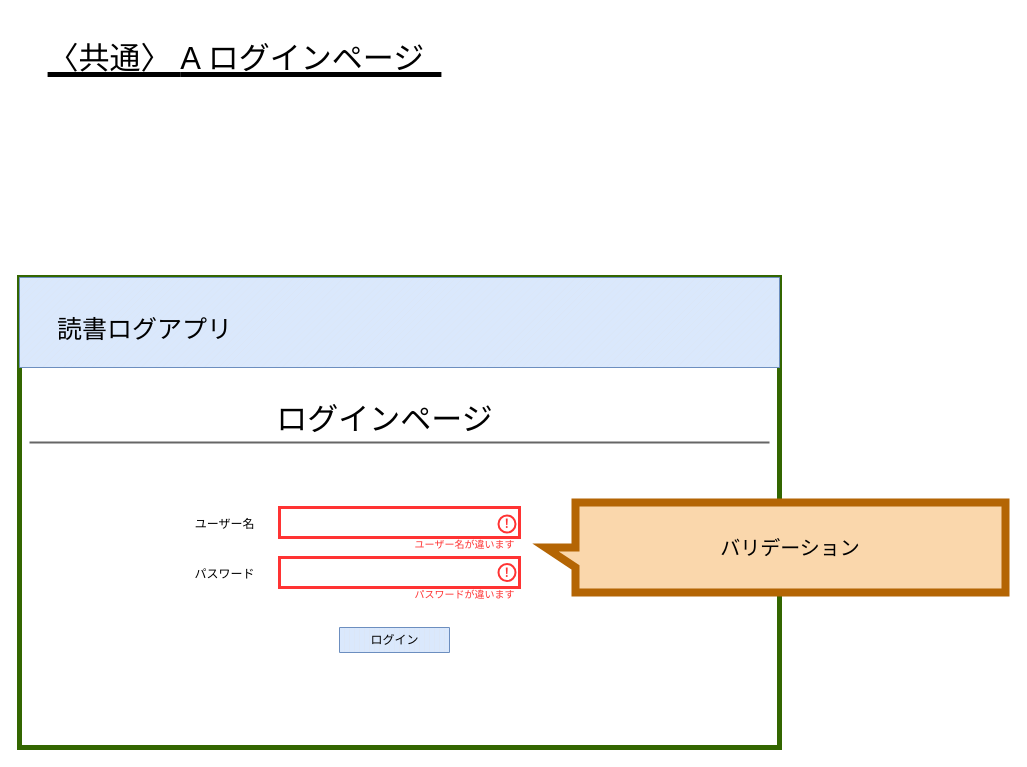
This is page "ページ3" (3 of 8) of ログインページ.drawio from ono-Rom5-6/student-reading-log, a draw.io file, before an edit. Source tidied: cells renumbered, new cells numbered last; positions are measured from the earlier drawing's top-left corner, leaving out a move shared by most shapes. Both pictures are drawn from the tidied source at 100%, with x=0, y=0 at pixel (19, 17).
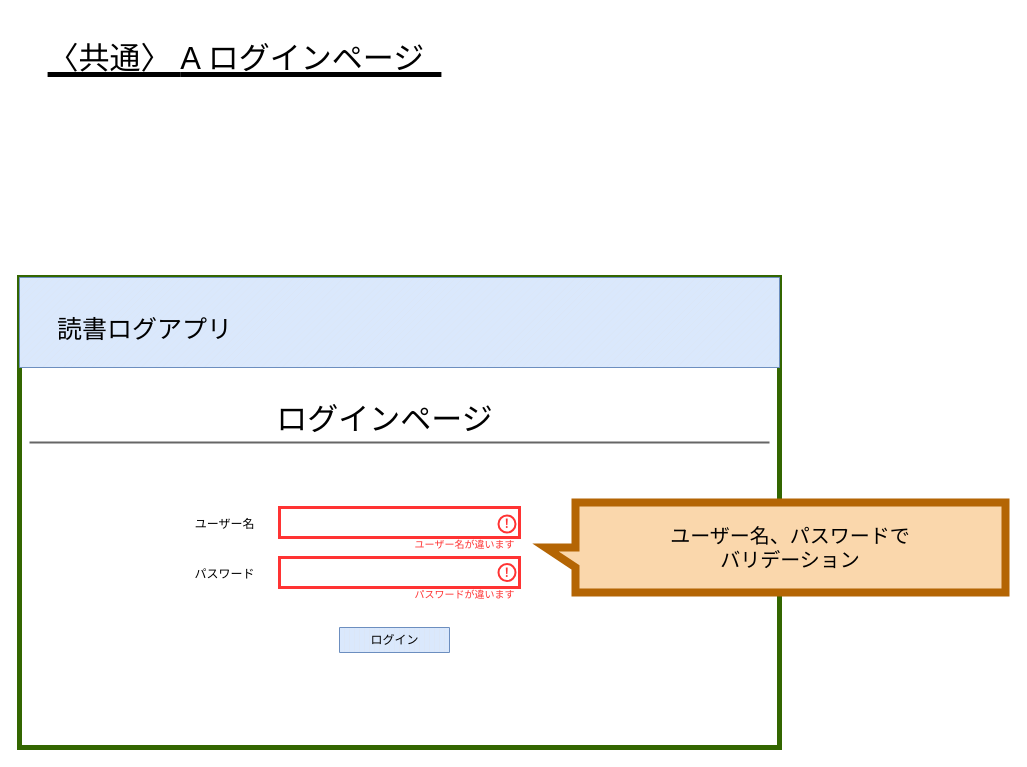
The same diagram, later.

What changed in the source:
```diff
@@
-    <mxCell id="14" value="&lt;span style=&quot;font-size: 20px;&quot;&gt;バリデーション&lt;/span&gt;" style="shape=callout;whiteSpace=wrap;html=1;perimeter=calloutPerimeter;direction=south;fillColor=#fad7ac;strokeColor=#b46504;strokeWidth=8;align=center;" parent="1" vertex="1">
+    <mxCell id="14" value="&lt;span style=&quot;font-size: 20px;&quot;&gt;ユーザー名、パスワードで&lt;/span&gt;&lt;div&gt;&lt;span style=&quot;font-size: 20px;&quot;&gt;バリデーション&lt;/span&gt;&lt;/div&gt;" style="shape=callout;whiteSpace=wrap;html=1;perimeter=calloutPerimeter;direction=south;fillColor=#fad7ac;strokeColor=#b46504;strokeWidth=8;align=center;" parent="1" vertex="1">
       <mxGeometry x="526" y="485" width="460" height="90" as="geometry" />
     </mxCell>
```
